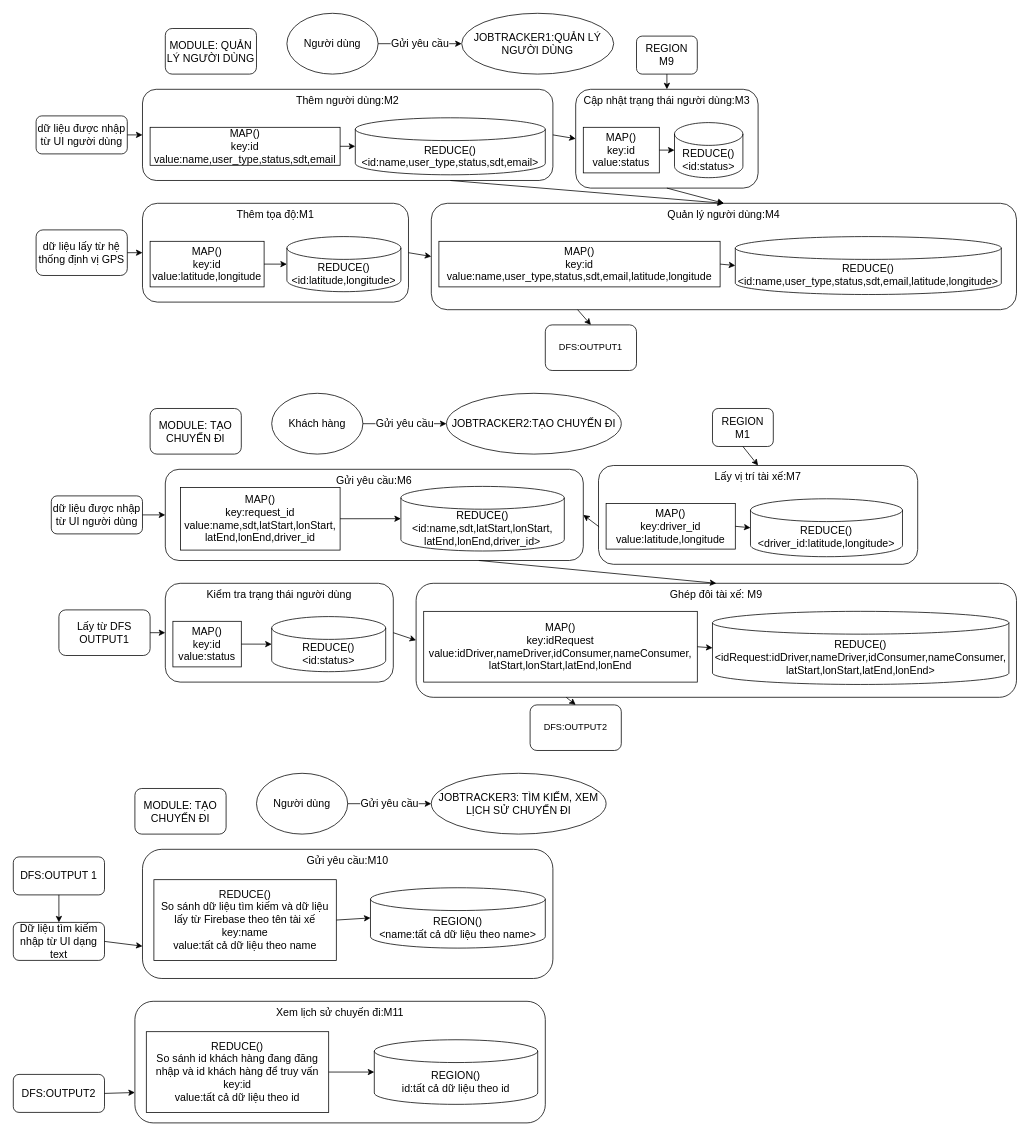
Earlier version of the draw.io diagram Untitled Diagram.drawio (nguyenmanhtuan2004/bigdataproject). Source tidied: cells renumbered, new cells numbered last; positions are measured from the earlier drawing's top-left corner, leaving out a move shared by most shapes. Both pictures are drawn from the tidied source at 76%, with x=0, y=0 at pixel (13, 13).
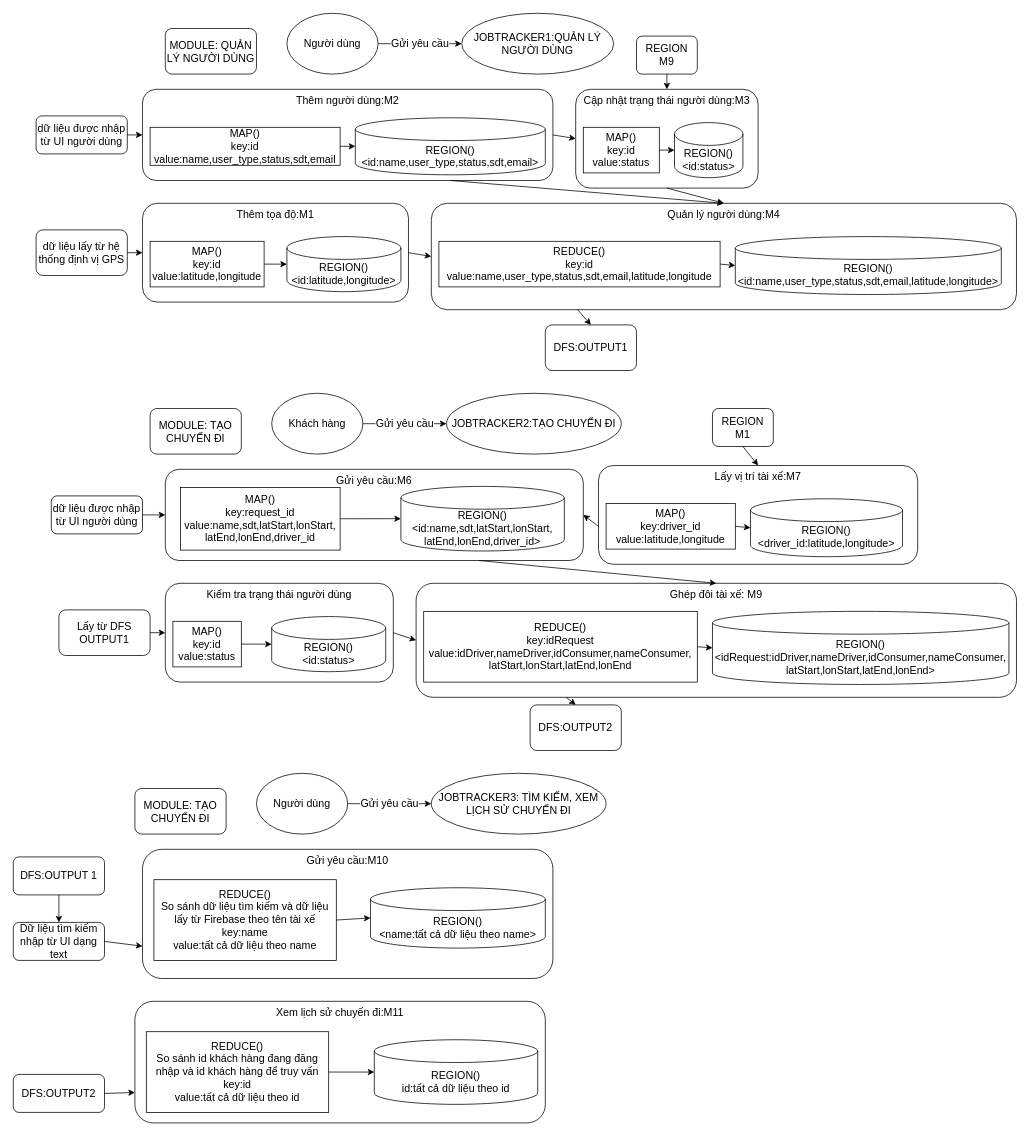
Above is the later version.

The edit, as a diff of the source:
```diff
@@
-    <mxCell id="10" value="REDUCE()&lt;div&gt;&amp;lt;id:name,user_type,status,sdt,email&amp;gt;&lt;/div&gt;" style="shape=cylinder3;whiteSpace=wrap;html=1;boundedLbl=1;backgroundOutline=1;size=15;fontSize=14;" parent="1" vertex="1">
+    <mxCell id="10" value="REGION()&lt;div&gt;&amp;lt;id:name,user_type,status,sdt,email&amp;gt;&lt;/div&gt;" style="shape=cylinder3;whiteSpace=wrap;html=1;boundedLbl=1;backgroundOutline=1;size=15;fontSize=14;" parent="1" vertex="1">
       <mxGeometry x="450" y="137.5" width="250" height="75" as="geometry" />
     </mxCell>
@@
-    <mxCell id="14" value="REDUCE()&lt;div&gt;&amp;lt;id:latitude,longitude&amp;gt;&lt;/div&gt;" style="shape=cylinder3;whiteSpace=wrap;html=1;boundedLbl=1;backgroundOutline=1;size=15;fontSize=14;" parent="1" vertex="1">
+    <mxCell id="14" value="&lt;div&gt;REGION()&amp;lt;id:latitude,longitude&amp;gt;&lt;/div&gt;" style="shape=cylinder3;whiteSpace=wrap;html=1;boundedLbl=1;backgroundOutline=1;size=15;fontSize=14;" parent="1" vertex="1">
       <mxGeometry x="360" y="293.8" width="150" height="72.5" as="geometry" />
     </mxCell>
@@
-    <mxCell id="18" value="REDUCE()&lt;div&gt;&amp;lt;id:status&amp;gt;&lt;/div&gt;" style="shape=cylinder3;whiteSpace=wrap;html=1;boundedLbl=1;backgroundOutline=1;size=15;fontSize=14;" parent="1" vertex="1">
+    <mxCell id="18" value="&lt;div&gt;REGION()&amp;lt;id:status&amp;gt;&lt;/div&gt;" style="shape=cylinder3;whiteSpace=wrap;html=1;boundedLbl=1;backgroundOutline=1;size=15;fontSize=14;" parent="1" vertex="1">
       <mxGeometry x="870" y="143.8" width="90" height="72.5" as="geometry" />
     </mxCell>
@@
-    <mxCell id="26" value="&lt;div&gt;MAP()&lt;/div&gt;&lt;div&gt;key:id&lt;/div&gt;&lt;div&gt;value:name,user_type,status,sdt,email,latitude,longitude&lt;/div&gt;" style="rounded=0;whiteSpace=wrap;html=1;fontSize=14;" parent="1" vertex="1">
+    <mxCell id="26" value="&lt;div&gt;&lt;span style=&quot;background-color: transparent; color: light-dark(rgb(0, 0, 0), rgb(255, 255, 255));&quot;&gt;REDUCE()&lt;/span&gt;&lt;/div&gt;&lt;div&gt;&lt;span style=&quot;background-color: transparent; color: light-dark(rgb(0, 0, 0), rgb(255, 255, 255));&quot;&gt;key:id&lt;/span&gt;&lt;/div&gt;&lt;div&gt;value:name,user_type,status,sdt,email,latitude,longitude&lt;/div&gt;" style="rounded=0;whiteSpace=wrap;html=1;fontSize=14;" parent="1" vertex="1">
       <mxGeometry x="560" y="300" width="370" height="60" as="geometry" />
     </mxCell>
-    <mxCell id="27" value="REDUCE()&lt;div&gt;&amp;lt;id:name,user_type,status,sdt,email,latitude,longitude&amp;gt;&lt;/div&gt;" style="shape=cylinder3;whiteSpace=wrap;html=1;boundedLbl=1;backgroundOutline=1;size=15;fontSize=14;" parent="1" vertex="1">
+    <mxCell id="27" value="REGION()&lt;br&gt;&lt;div&gt;&amp;lt;id:name,user_type,status,sdt,email,latitude,longitude&amp;gt;&lt;/div&gt;" style="shape=cylinder3;whiteSpace=wrap;html=1;boundedLbl=1;backgroundOutline=1;size=15;fontSize=14;" parent="1" vertex="1">
       <mxGeometry x="950" y="293.8" width="350" height="76.2" as="geometry" />
     </mxCell>
@@
-    <mxCell id="29" value="DFS:OUTPUT1" style="rounded=1;whiteSpace=wrap;html=1;" parent="1" vertex="1">
+    <mxCell id="29" value="DFS:OUTPUT1" style="rounded=1;whiteSpace=wrap;html=1;fontSize=14;" parent="1" vertex="1">
       <mxGeometry x="700" y="410" width="120" height="60" as="geometry" />
     </mxCell>
@@
-    <mxCell id="42" value="REDUCE()&lt;div&gt;&amp;lt;id:name,sdt,latStart,lonStart,&lt;/div&gt;&lt;div&gt;latEnd,lonEnd,driver_id&amp;gt;&lt;/div&gt;" style="shape=cylinder3;whiteSpace=wrap;html=1;boundedLbl=1;backgroundOutline=1;size=15;fontSize=14;" parent="1" vertex="1">
+    <mxCell id="42" value="REGION()&lt;div&gt;&amp;lt;id:name,sdt,latStart,lonStart,&lt;/div&gt;&lt;div&gt;latEnd,lonEnd,driver_id&amp;gt;&lt;/div&gt;" style="shape=cylinder3;whiteSpace=wrap;html=1;boundedLbl=1;backgroundOutline=1;size=15;fontSize=14;" parent="1" vertex="1">
       <mxGeometry x="510" y="622.5" width="215" height="85" as="geometry" />
     </mxCell>
@@
-    <mxCell id="46" value="REDUCE()&lt;div&gt;&amp;lt;id:status&amp;gt;&lt;/div&gt;" style="shape=cylinder3;whiteSpace=wrap;html=1;boundedLbl=1;backgroundOutline=1;size=15;fontSize=14;" parent="1" vertex="1">
+    <mxCell id="46" value="REGION()&lt;div&gt;&amp;lt;id:status&amp;gt;&lt;/div&gt;" style="shape=cylinder3;whiteSpace=wrap;html=1;boundedLbl=1;backgroundOutline=1;size=15;fontSize=14;" parent="1" vertex="1">
       <mxGeometry x="340" y="793.8" width="150" height="72.5" as="geometry" />
     </mxCell>
@@
-    <mxCell id="50" value="REDUCE()&lt;div&gt;&amp;lt;driver_id:latitude,longitude&amp;gt;&lt;/div&gt;" style="shape=cylinder3;whiteSpace=wrap;html=1;boundedLbl=1;backgroundOutline=1;size=15;fontSize=14;" parent="1" vertex="1">
+    <mxCell id="50" value="REGION()&lt;div&gt;&amp;lt;driver_id:latitude,longitude&amp;gt;&lt;/div&gt;" style="shape=cylinder3;whiteSpace=wrap;html=1;boundedLbl=1;backgroundOutline=1;size=15;fontSize=14;" parent="1" vertex="1">
       <mxGeometry x="970" y="638.8" width="200" height="76.2" as="geometry" />
     </mxCell>
@@
-    <mxCell id="57" value="&lt;div&gt;MAP()&lt;/div&gt;&lt;div&gt;key:idRequest&lt;/div&gt;&lt;div&gt;value:idDriver,nameDriver,idConsumer,nameConsumer,&lt;/div&gt;&lt;div&gt;latStart,lonStart,latEnd,lonEnd&lt;/div&gt;" style="rounded=0;whiteSpace=wrap;html=1;fontSize=14;" parent="1" vertex="1">
+    <mxCell id="57" value="&lt;div&gt;REDUCE()&lt;/div&gt;&lt;div&gt;key:idRequest&lt;/div&gt;&lt;div&gt;value:idDriver,nameDriver,idConsumer,nameConsumer,&lt;/div&gt;&lt;div&gt;latStart,lonStart,latEnd,lonEnd&lt;/div&gt;" style="rounded=0;whiteSpace=wrap;html=1;fontSize=14;" parent="1" vertex="1">
       <mxGeometry x="540" y="786.9" width="360" height="93.1" as="geometry" />
     </mxCell>
-    <mxCell id="58" value="REDUCE()&lt;div&gt;&amp;lt;idRequest:i&lt;span style=&quot;background-color: transparent; color: light-dark(rgb(0, 0, 0), rgb(255, 255, 255));&quot;&gt;dDriver,nameDriver,idConsumer,nameConsumer,&lt;br&gt;&lt;/span&gt;&lt;span style=&quot;background-color: transparent; color: light-dark(rgb(0, 0, 0), rgb(255, 255, 255));&quot;&gt;latStart,lonStart,latEnd,lonEnd&lt;/span&gt;&amp;gt;&lt;/div&gt;" style="shape=cylinder3;whiteSpace=wrap;html=1;boundedLbl=1;backgroundOutline=1;size=15;fontSize=14;" parent="1" vertex="1">
+    <mxCell id="58" value="REGION()&lt;div&gt;&amp;lt;idRequest:i&lt;span style=&quot;background-color: transparent; color: light-dark(rgb(0, 0, 0), rgb(255, 255, 255));&quot;&gt;dDriver,nameDriver,idConsumer,nameConsumer,&lt;br&gt;&lt;/span&gt;&lt;span style=&quot;background-color: transparent; color: light-dark(rgb(0, 0, 0), rgb(255, 255, 255));&quot;&gt;latStart,lonStart,latEnd,lonEnd&lt;/span&gt;&amp;gt;&lt;/div&gt;" style="shape=cylinder3;whiteSpace=wrap;html=1;boundedLbl=1;backgroundOutline=1;size=15;fontSize=14;" parent="1" vertex="1">
       <mxGeometry x="920" y="786.9" width="390" height="96.2" as="geometry" />
     </mxCell>
@@
-    <mxCell id="60" value="DFS:OUTPUT2" style="rounded=1;whiteSpace=wrap;html=1;" parent="1" vertex="1">
+    <mxCell id="60" value="DFS:OUTPUT2" style="rounded=1;whiteSpace=wrap;html=1;fontSize=14;" parent="1" vertex="1">
       <mxGeometry x="680" y="910" width="120" height="60" as="geometry" />
     </mxCell>
```
